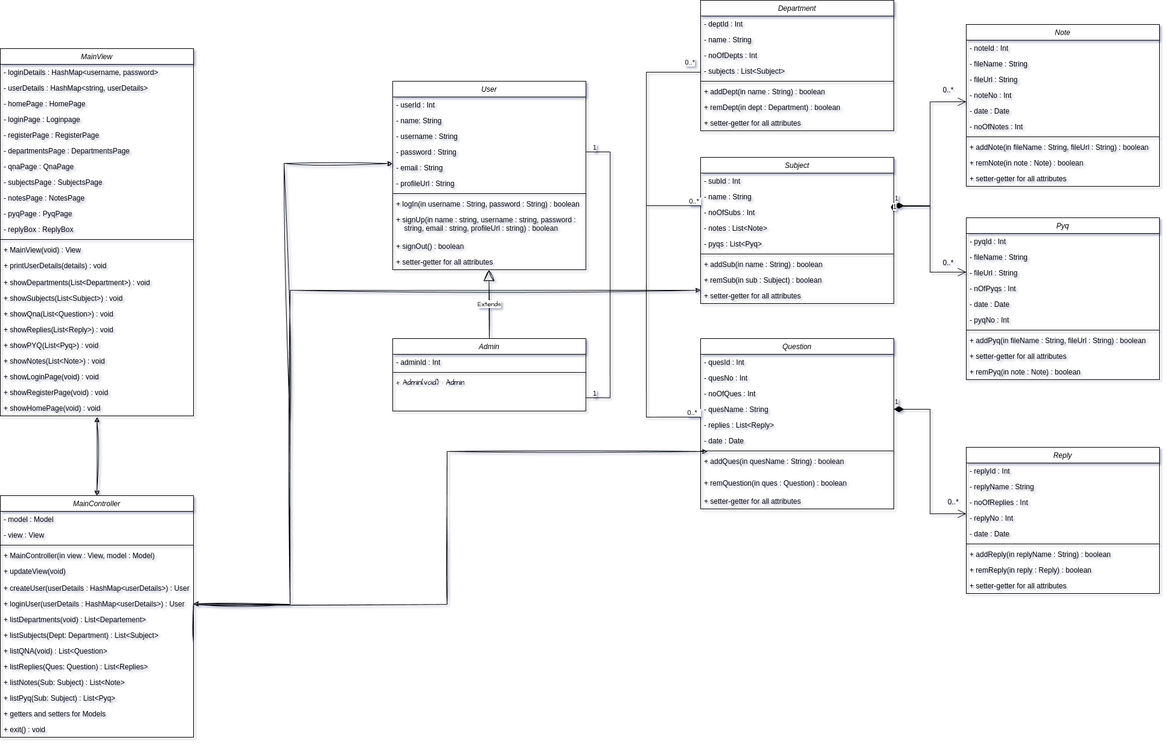
The draw.io diagram ClassDiagram.drawio.png in AnirudhHanda/OneStop-ClassDiagram, before a commit. Source tidied: cells renumbered, new cells last; positions are measured from the earlier drawing's top-left corner, leaving out a move shared by most shapes.
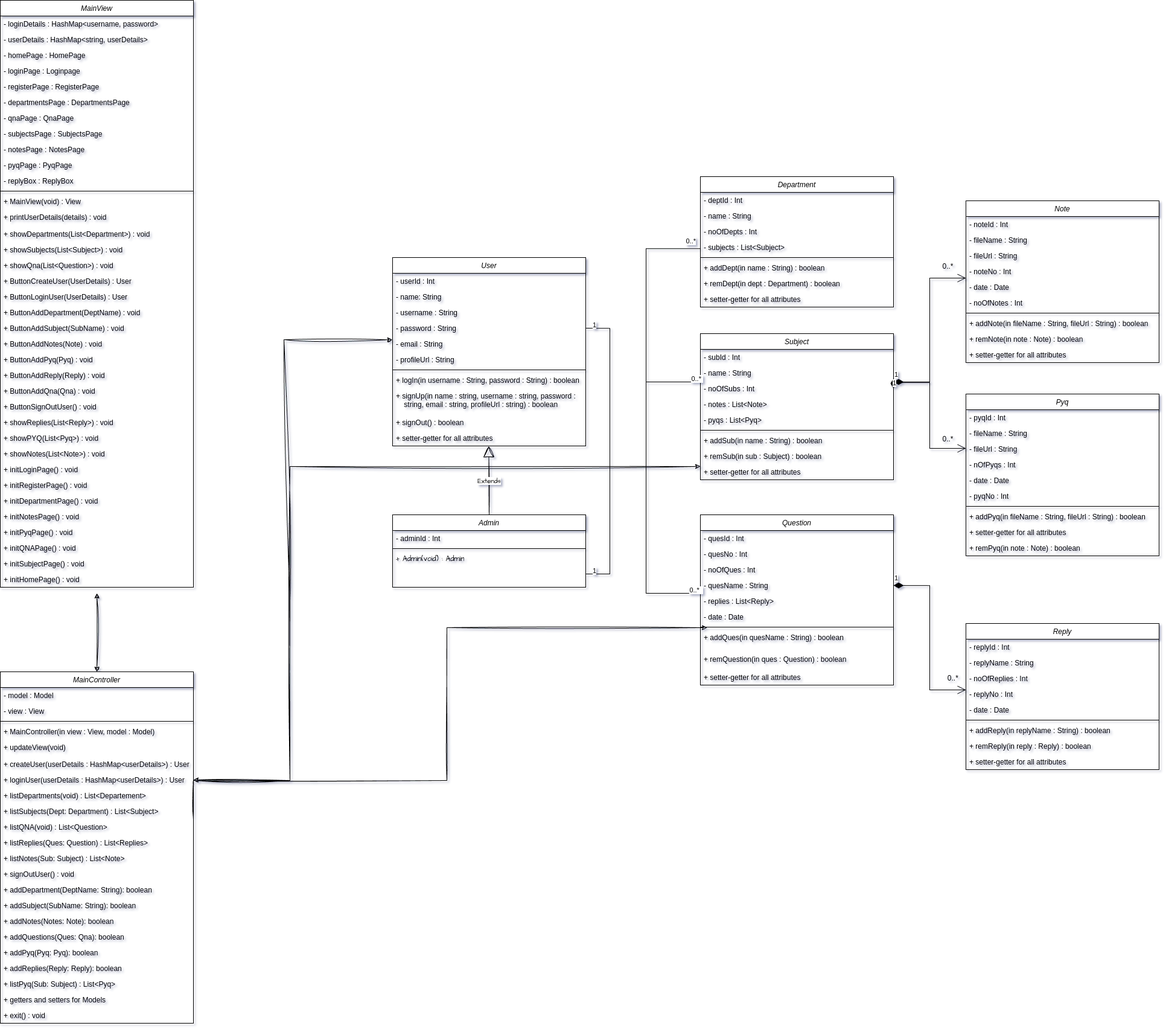
The same file after the commit.

The edit, as a diff of the source:
```diff
@@ -332,7 +332,7 @@
       </mxGeometry>
     </mxCell>
     <mxCell id="95" value="MainController" style="swimlane;fontStyle=2;align=center;verticalAlign=top;horizontal=1;startSize=26;rounded=0;shadow=0;strokeWidth=1;" parent="1" vertex="1">
-      <mxGeometry y="820" width="320" height="400" as="geometry" />
+      <mxGeometry y="820" width="320" height="582" as="geometry" />
     </mxCell>
     <mxCell id="96" value="- model : Model" style="text;align=left;verticalAlign=top;spacingLeft=4;spacingRight=4;overflow=hidden;rounded=0;shadow=0;html=0;" parent="95" vertex="1">
       <mxGeometry y="26" width="320" height="26" as="geometry" />
@@ -370,17 +370,38 @@
     <mxCell id="107" value="+ listNotes(Sub: Subject) : List&lt;Note&gt;" style="text;align=left;verticalAlign=top;spacingLeft=4;spacingRight=4;overflow=hidden;" parent="95" vertex="1">
       <mxGeometry y="296" width="320" height="26" as="geometry" />
     </mxCell>
+    <mxCell id="140" value="+ signOutUser() : void" style="text;align=left;verticalAlign=top;spacingLeft=4;spacingRight=4;overflow=hidden;" parent="95" vertex="1">
+      <mxGeometry y="322" width="320" height="26" as="geometry" />
+    </mxCell>
+    <mxCell id="141" value="+ addDepartment(DeptName: String): boolean " style="text;align=left;verticalAlign=top;spacingLeft=4;spacingRight=4;overflow=hidden;" parent="95" vertex="1">
+      <mxGeometry y="348" width="320" height="26" as="geometry" />
+    </mxCell>
+    <mxCell id="142" value="+ addSubject(SubName: String): boolean " style="text;align=left;verticalAlign=top;spacingLeft=4;spacingRight=4;overflow=hidden;" parent="95" vertex="1">
+      <mxGeometry y="374" width="320" height="26" as="geometry" />
+    </mxCell>
+    <mxCell id="143" value="+ addNotes(Notes: Note): boolean " style="text;align=left;verticalAlign=top;spacingLeft=4;spacingRight=4;overflow=hidden;" parent="95" vertex="1">
+      <mxGeometry y="400" width="320" height="26" as="geometry" />
+    </mxCell>
+    <mxCell id="144" value="+ addQuestions(Ques: Qna): boolean " style="text;align=left;verticalAlign=top;spacingLeft=4;spacingRight=4;overflow=hidden;" parent="95" vertex="1">
+      <mxGeometry y="426" width="320" height="26" as="geometry" />
+    </mxCell>
+    <mxCell id="145" value="+ addPyq(Pyq: Pyq): boolean " style="text;align=left;verticalAlign=top;spacingLeft=4;spacingRight=4;overflow=hidden;" parent="95" vertex="1">
+      <mxGeometry y="452" width="320" height="26" as="geometry" />
+    </mxCell>
+    <mxCell id="146" value="+ addReplies(Reply: Reply): boolean " style="text;align=left;verticalAlign=top;spacingLeft=4;spacingRight=4;overflow=hidden;" parent="95" vertex="1">
+      <mxGeometry y="478" width="320" height="26" as="geometry" />
+    </mxCell>
     <mxCell id="108" value="+ listPyq(Sub: Subject) : List&lt;Pyq&gt;" style="text;align=left;verticalAlign=top;spacingLeft=4;spacingRight=4;overflow=hidden;" parent="95" vertex="1">
-      <mxGeometry y="322" width="320" height="26" as="geometry" />
+      <mxGeometry y="504" width="320" height="26" as="geometry" />
     </mxCell>
     <mxCell id="109" value="+ getters and setters for Models" style="text;align=left;verticalAlign=top;spacingLeft=4;spacingRight=4;overflow=hidden;" parent="95" vertex="1">
-      <mxGeometry y="348" width="320" height="26" as="geometry" />
+      <mxGeometry y="530" width="320" height="26" as="geometry" />
     </mxCell>
     <mxCell id="110" value="+ exit() : void" style="text;align=left;verticalAlign=top;spacingLeft=4;spacingRight=4;overflow=hidden;" parent="95" vertex="1">
-      <mxGeometry y="374" width="320" height="26" as="geometry" />
+      <mxGeometry y="556" width="320" height="26" as="geometry" />
     </mxCell>
     <mxCell id="111" value="MainView" style="swimlane;fontStyle=2;align=center;verticalAlign=top;horizontal=1;startSize=26;rounded=0;shadow=0;strokeWidth=1;" parent="1" vertex="1">
-      <mxGeometry y="80" width="320" height="608" as="geometry" />
+      <mxGeometry y="-292" width="320" height="972" as="geometry" />
     </mxCell>
     <mxCell id="112" value="- loginDetails : HashMap&lt;username, password&gt;" style="text;align=left;verticalAlign=top;spacingLeft=4;spacingRight=4;overflow=hidden;rounded=0;shadow=0;html=0;" parent="111" vertex="1">
       <mxGeometry y="26" width="320" height="26" as="geometry" />
@@ -433,23 +454,65 @@
     <mxCell id="128" value="+ showQna(List&lt;Question&gt;) : void" style="text;align=left;verticalAlign=top;spacingLeft=4;spacingRight=4;overflow=hidden;" parent="111" vertex="1">
       <mxGeometry y="426" width="320" height="26" as="geometry" />
     </mxCell>
+    <mxCell id="147" value="+ ButtonCreateUser(UserDetails) : User" style="text;align=left;verticalAlign=top;spacingLeft=4;spacingRight=4;overflow=hidden;" parent="111" vertex="1">
+      <mxGeometry y="452" width="320" height="26" as="geometry" />
+    </mxCell>
+    <mxCell id="148" value="+ ButtonLoginUser(UserDetails) : User" style="text;align=left;verticalAlign=top;spacingLeft=4;spacingRight=4;overflow=hidden;" parent="111" vertex="1">
+      <mxGeometry y="478" width="320" height="26" as="geometry" />
+    </mxCell>
+    <mxCell id="149" value="+ ButtonAddDepartment(DeptName) : void" style="text;align=left;verticalAlign=top;spacingLeft=4;spacingRight=4;overflow=hidden;" parent="111" vertex="1">
+      <mxGeometry y="504" width="320" height="26" as="geometry" />
+    </mxCell>
+    <mxCell id="150" value="+ ButtonAddSubject(SubName) : void" style="text;align=left;verticalAlign=top;spacingLeft=4;spacingRight=4;overflow=hidden;" parent="111" vertex="1">
+      <mxGeometry y="530" width="320" height="26" as="geometry" />
+    </mxCell>
+    <mxCell id="151" value="+ ButtonAddNotes(Note) : void" style="text;align=left;verticalAlign=top;spacingLeft=4;spacingRight=4;overflow=hidden;" parent="111" vertex="1">
+      <mxGeometry y="556" width="320" height="26" as="geometry" />
+    </mxCell>
+    <mxCell id="152" value="+ ButtonAddPyq(Pyq) : void" style="text;align=left;verticalAlign=top;spacingLeft=4;spacingRight=4;overflow=hidden;" parent="111" vertex="1">
+      <mxGeometry y="582" width="320" height="26" as="geometry" />
+    </mxCell>
+    <mxCell id="153" value="+ ButtonAddReply(Reply) : void" style="text;align=left;verticalAlign=top;spacingLeft=4;spacingRight=4;overflow=hidden;" parent="111" vertex="1">
+      <mxGeometry y="608" width="320" height="26" as="geometry" />
+    </mxCell>
+    <mxCell id="154" value="+ ButtonAddQna(Qna) : void" style="text;align=left;verticalAlign=top;spacingLeft=4;spacingRight=4;overflow=hidden;" parent="111" vertex="1">
+      <mxGeometry y="634" width="320" height="26" as="geometry" />
+    </mxCell>
+    <mxCell id="155" value="+ ButtonSignOutUser() : void" style="text;align=left;verticalAlign=top;spacingLeft=4;spacingRight=4;overflow=hidden;" parent="111" vertex="1">
+      <mxGeometry y="660" width="320" height="26" as="geometry" />
+    </mxCell>
     <mxCell id="129" value="+ showReplies(List&lt;Reply&gt;) : void" style="text;align=left;verticalAlign=top;spacingLeft=4;spacingRight=4;overflow=hidden;" parent="111" vertex="1">
-      <mxGeometry y="452" width="320" height="26" as="geometry" />
+      <mxGeometry y="686" width="320" height="26" as="geometry" />
     </mxCell>
     <mxCell id="130" value="+ showPYQ(List&lt;Pyq&gt;) : void" style="text;align=left;verticalAlign=top;spacingLeft=4;spacingRight=4;overflow=hidden;" parent="111" vertex="1">
-      <mxGeometry y="478" width="320" height="26" as="geometry" />
+      <mxGeometry y="712" width="320" height="26" as="geometry" />
     </mxCell>
     <mxCell id="131" value="+ showNotes(List&lt;Note&gt;) : void" style="text;align=left;verticalAlign=top;spacingLeft=4;spacingRight=4;overflow=hidden;" parent="111" vertex="1">
-      <mxGeometry y="504" width="320" height="26" as="geometry" />
+      <mxGeometry y="738" width="320" height="26" as="geometry" />
     </mxCell>
-    <mxCell id="132" value="+ showLoginPage(void) : void" style="text;align=left;verticalAlign=top;spacingLeft=4;spacingRight=4;overflow=hidden;" parent="111" vertex="1">
-      <mxGeometry y="530" width="320" height="26" as="geometry" />
+    <mxCell id="132" value="+ initLoginPage() : void" style="text;align=left;verticalAlign=top;spacingLeft=4;spacingRight=4;overflow=hidden;" parent="111" vertex="1">
+      <mxGeometry y="764" width="320" height="26" as="geometry" />
     </mxCell>
-    <mxCell id="133" value="+ showRegisterPage(void) : void" style="text;align=left;verticalAlign=top;spacingLeft=4;spacingRight=4;overflow=hidden;" parent="111" vertex="1">
-      <mxGeometry y="556" width="320" height="26" as="geometry" />
+    <mxCell id="133" value="+ initRegisterPage() : void" style="text;align=left;verticalAlign=top;spacingLeft=4;spacingRight=4;overflow=hidden;" parent="111" vertex="1">
+      <mxGeometry y="790" width="320" height="26" as="geometry" />
     </mxCell>
+    <mxCell id="156" value="+ initDepartmentPage() : void" style="text;align=left;verticalAlign=top;spacingLeft=4;spacingRight=4;overflow=hidden;" parent="111" vertex="1">
+      <mxGeometry y="816" width="320" height="26" as="geometry" />
+    </mxCell>
+    <mxCell id="157" value="+ initNotesPage() : void" style="text;align=left;verticalAlign=top;spacingLeft=4;spacingRight=4;overflow=hidden;" parent="111" vertex="1">
+      <mxGeometry y="842" width="320" height="26" as="geometry" />
+    </mxCell>
+    <mxCell id="158" value="+ initPyqPage() : void" style="text;align=left;verticalAlign=top;spacingLeft=4;spacingRight=4;overflow=hidden;" parent="111" vertex="1">
+      <mxGeometry y="868" width="320" height="26" as="geometry" />
+    </mxCell>
+    <mxCell id="159" value="+ initQNAPage() : void" style="text;align=left;verticalAlign=top;spacingLeft=4;spacingRight=4;overflow=hidden;" parent="111" vertex="1">
+      <mxGeometry y="894" width="320" height="26" as="geometry" />
+    </mxCell>
+    <mxCell id="160" value="+ initSubjectPage() : void" style="text;align=left;verticalAlign=top;spacingLeft=4;spacingRight=4;overflow=hidden;" parent="111" vertex="1">
+      <mxGeometry y="920" width="320" height="26" as="geometry" />
+    </mxCell>
-    <mxCell id="134" value="+ showHomePage(void) : void" style="text;align=left;verticalAlign=top;spacingLeft=4;spacingRight=4;overflow=hidden;" parent="111" vertex="1">
-      <mxGeometry y="582" width="320" height="26" as="geometry" />
+    <mxCell id="134" value="+ initHomePage() : void" style="text;align=left;verticalAlign=top;spacingLeft=4;spacingRight=4;overflow=hidden;" parent="111" vertex="1">
+      <mxGeometry y="946" width="320" height="26" as="geometry" />
     </mxCell>
     <mxCell id="135" style="endArrow=classic;startArrow=classic;html=1;rounded=0;sketch=1;hachureGap=4;jiggle=2;curveFitting=1;fontFamily=Architects Daughter;fontSource=https%3A%2F%2Ffonts.googleapis.com%2Fcss%3Ffamily%3DArchitects%2BDaughter;exitX=0.5;exitY=0;exitDx=0;exitDy=0;" parent="1" edge="1" source="95">
       <mxGeometry relative="1" as="geometry">
```
